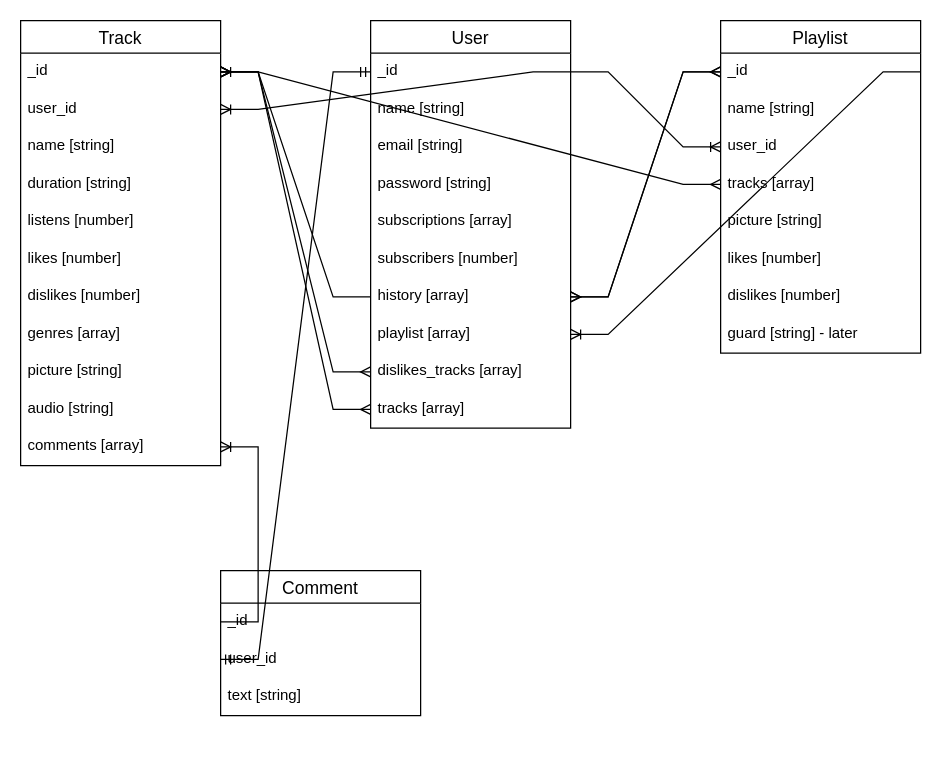
Above: schemas/betify.drawio in tusvel/betify_backend (draw.io), before the change. Source tidied: cells renumbered, new cells numbered last; positions are measured from the earlier drawing's top-left corner, leaving out a move shared by most shapes. Both pictures are drawn from the tidied source at 125%, with x=0, y=0 at pixel (20, 20).
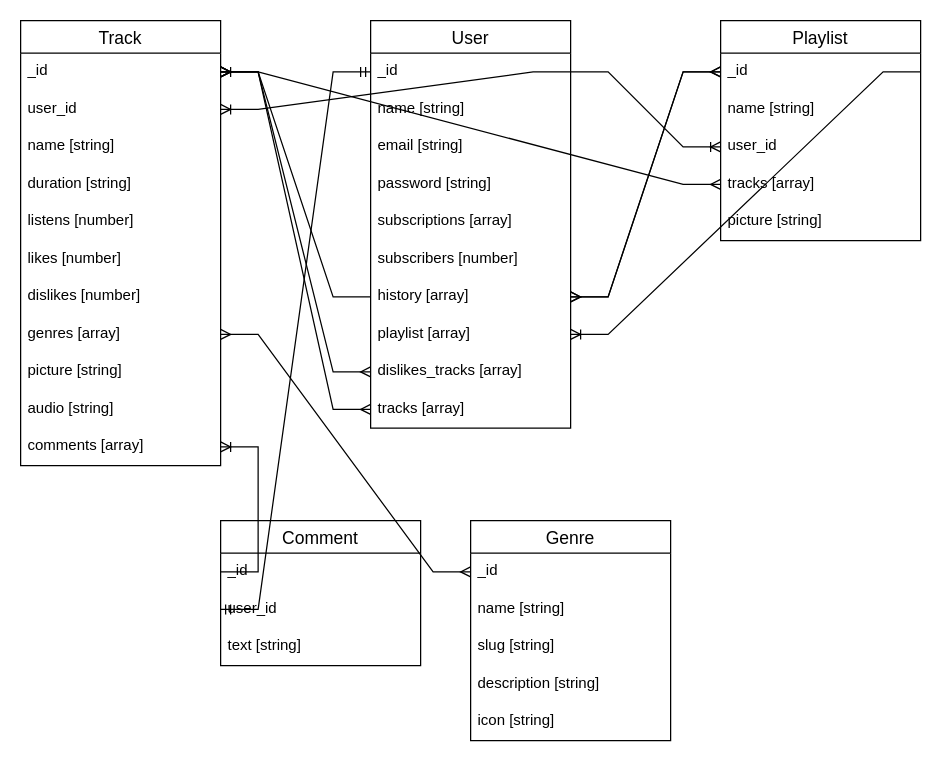
After the change.

Unchanged cells that the change refers to:
```xml
<mxCell id="10" value="genres [array]" style="text;strokeColor=none;fillColor=none;spacingLeft=4;spacingRight=4;overflow=hidden;points=[[0,0.5],[1,0.5]];portConstraint=eastwest;fontSize=12;" parent="2" vertex="1">
  <mxGeometry y="236" width="160" height="30" as="geometry" />
</mxCell>
```

Change to the diagram source:
```diff
@@
     <mxCell id="14" value="Comment" style="swimlane;fontStyle=0;horizontal=1;startSize=26;align=center;fontSize=14;" parent="1" vertex="1">
-      <mxGeometry x="160" y="440" width="160" height="116" as="geometry" />
+      <mxGeometry x="160" y="400" width="160" height="116" as="geometry" />
     </mxCell>
@@
     <mxCell id="29" value="Playlist" style="swimlane;fontStyle=0;horizontal=1;startSize=26;align=center;fontSize=14;" parent="1" vertex="1">
-      <mxGeometry x="560" width="160" height="266" as="geometry" />
+      <mxGeometry x="560" width="160" height="176" as="geometry" />
     </mxCell>
@@
-    <mxCell id="35" value="likes [number]" style="text;strokeColor=none;fillColor=none;spacingLeft=4;spacingRight=4;overflow=hidden;fontSize=12;" parent="29" vertex="1">
-      <mxGeometry y="176" width="160" height="30" as="geometry" />
-    </mxCell>
-    <mxCell id="36" value="dislikes [number]" style="text;strokeColor=none;fillColor=none;spacingLeft=4;spacingRight=4;overflow=hidden;fontSize=12;" parent="29" vertex="1">
-      <mxGeometry y="206" width="160" height="30" as="geometry" />
-    </mxCell>
-    <mxCell id="37" value="guard [string] - later" style="text;strokeColor=none;fillColor=none;spacingLeft=4;spacingRight=4;overflow=hidden;fontSize=12;" parent="29" vertex="1">
-      <mxGeometry y="236" width="160" height="30" as="geometry" />
-    </mxCell>
@@
+    <mxCell id="49" value="Genre" style="swimlane;fontStyle=0;horizontal=1;startSize=26;align=center;fontSize=14;" parent="1" vertex="1">
+      <mxGeometry x="360" y="400" width="160" height="176" as="geometry" />
+    </mxCell>
+    <mxCell id="50" value="_id" style="text;strokeColor=none;fillColor=none;spacingLeft=4;spacingRight=4;overflow=hidden;points=[[0,0.5],[1,0.5]];portConstraint=eastwest;fontSize=12;" parent="49" vertex="1">
+      <mxGeometry y="26" width="160" height="30" as="geometry" />
+    </mxCell>
+    <mxCell id="51" value="name [string]" style="text;strokeColor=none;fillColor=none;spacingLeft=4;spacingRight=4;overflow=hidden;fontSize=12;" parent="49" vertex="1">
+      <mxGeometry y="56" width="160" height="30" as="geometry" />
+    </mxCell>
+    <mxCell id="52" value="slug [string]" style="text;strokeColor=none;fillColor=none;spacingLeft=4;spacingRight=4;overflow=hidden;fontSize=12;" parent="49" vertex="1">
+      <mxGeometry y="86" width="160" height="30" as="geometry" />
+    </mxCell>
+    <mxCell id="53" value="description [string]" style="text;strokeColor=none;fillColor=none;spacingLeft=4;spacingRight=4;overflow=hidden;fontSize=12;" parent="49" vertex="1">
+      <mxGeometry y="116" width="160" height="30" as="geometry" />
+    </mxCell>
+    <mxCell id="54" value="icon [string]" style="text;strokeColor=none;fillColor=none;spacingLeft=4;spacingRight=4;overflow=hidden;fontSize=12;" parent="49" vertex="1">
+      <mxGeometry y="146" width="160" height="30" as="geometry" />
+    </mxCell>
+    <mxCell id="55" style="edgeStyle=entityRelationEdgeStyle;fontSize=12;html=1;endArrow=ERmany;startArrow=ERmany;rounded=0;entryX=0;entryY=0.5;entryDx=0;entryDy=0;exitX=1;exitY=0.5;exitDx=0;exitDy=0;" parent="1" edge="1" source="10" target="50">
+      <mxGeometry relative="1" as="geometry" />
+    </mxCell>
```
